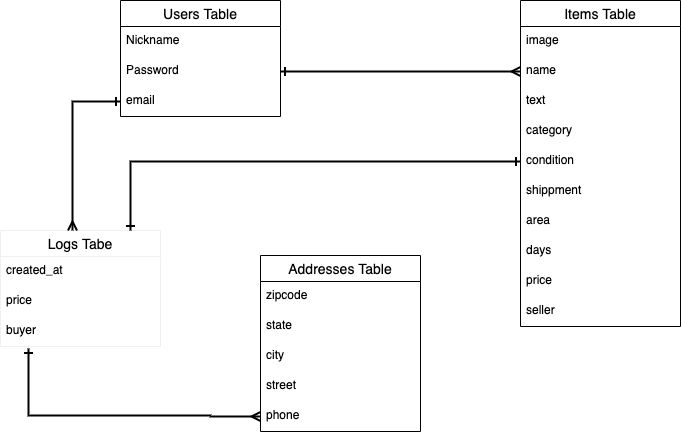
takesuke23/furima-28180 keeps this draw.io diagram as er.drawio.png. Above is the earlier version. Source tidied: cells renumbered, new cells last; positions are measured from the earlier drawing's top-left corner, leaving out a move shared by most shapes.
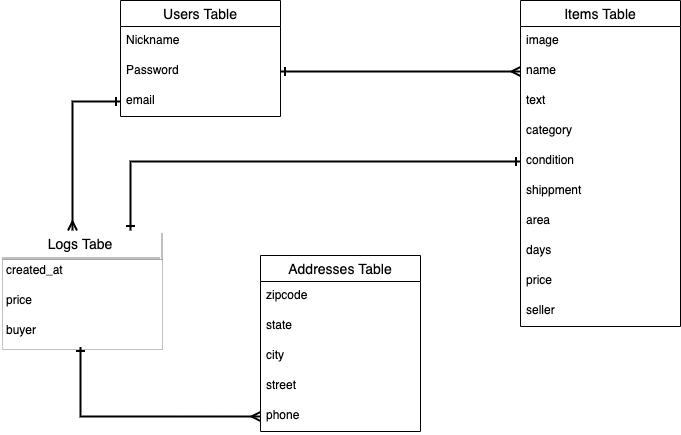
The same file after the commit.

Commit message:
ER図とREADMEの記述修正

The edit, as a diff of the source:
```diff
@@ -47,13 +47,16 @@
     <mxCell id="16" value="email" style="text;strokeColor=none;fillColor=none;spacingLeft=4;spacingRight=4;overflow=hidden;points=[[0,0.5],[1,0.5]];portConstraint=eastwest;fontSize=12;" parent="13" vertex="1">
       <mxGeometry y="86" width="160" height="30" as="geometry" />
     </mxCell>
+    <mxCell id="31" style="edgeStyle=orthogonalEdgeStyle;rounded=0;jettySize=auto;html=1;entryX=0;entryY=0.5;entryDx=0;entryDy=0;startArrow=ERone;startFill=0;endArrow=ERmany;endFill=0;strokeWidth=2;" parent="1" edge="1" source="17" target="30">
+      <mxGeometry relative="1" as="geometry" />
+    </mxCell>
-    <mxCell id="17" value="Logs Tabe" style="swimlane;fontStyle=0;horizontal=1;startSize=26;align=center;fontSize=14;strokeColor=#f0f0f0;" parent="1" vertex="1">
+    <mxCell id="17" value="Logs Tabe" style="swimlane;fontStyle=0;horizontal=1;startSize=26;align=center;fontSize=14;perimeterSpacing=0;strokeColor=#FFFFFF;swimlaneLine=1;shadow=1;" parent="1" vertex="1">
       <mxGeometry y="230" width="160" height="116" as="geometry" />
     </mxCell>
-    <mxCell id="18" value="created_at" style="text;strokeColor=none;fillColor=none;spacingLeft=4;spacingRight=4;overflow=hidden;fontSize=12;" parent="17" vertex="1">
+    <mxCell id="18" value="created_at" style="text;fillColor=none;spacingLeft=4;spacingRight=4;overflow=hidden;fontSize=12;" parent="17" vertex="1">
       <mxGeometry y="26" width="160" height="30" as="geometry" />
     </mxCell>
-    <mxCell id="19" value="price" style="text;strokeColor=none;fillColor=none;spacingLeft=4;spacingRight=4;overflow=hidden;fontSize=12;" parent="17" vertex="1">
+    <mxCell id="19" value="price" style="text;fillColor=none;spacingLeft=4;spacingRight=4;overflow=hidden;fontSize=12;" parent="17" vertex="1">
       <mxGeometry y="56" width="160" height="30" as="geometry" />
     </mxCell>
     <mxCell id="20" value="buyer" style="text;strokeColor=none;fillColor=none;spacingLeft=4;spacingRight=4;overflow=hidden;fontSize=12;" parent="17" vertex="1">
@@ -73,16 +76,6 @@
         </Array>
       </mxGeometry>
     </mxCell>
-    <mxCell id="24" style="edgeStyle=orthogonalEdgeStyle;rounded=0;jettySize=auto;html=1;entryX=0;entryY=0.5;entryDx=0;entryDy=0;startArrow=ERone;startFill=0;endArrow=ERmany;endFill=0;strokeWidth=2;" parent="1" edge="1" target="30">
-      <mxGeometry relative="1" as="geometry">
-        <mxPoint x="28" y="348" as="sourcePoint" />
-        <Array as="points">
-          <mxPoint x="28" y="415" />
-          <mxPoint x="210" y="415" />
-          <mxPoint x="210" y="416" />
-        </Array>
-      </mxGeometry>
-    </mxCell>
     <mxCell id="25" value="Addresses Table" style="swimlane;fontStyle=0;horizontal=1;startSize=26;align=center;fontSize=14;" parent="1" vertex="1">
       <mxGeometry x="260" y="255" width="160" height="176" as="geometry" />
     </mxCell>
```
